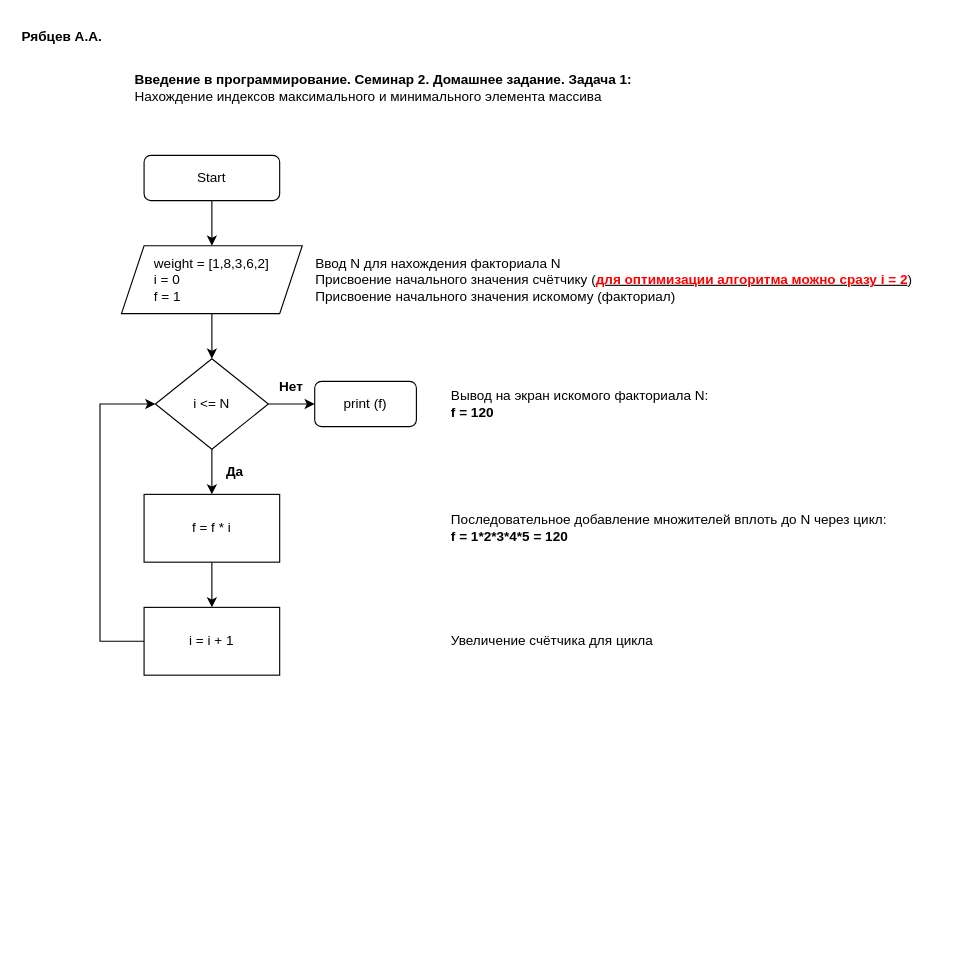
The draw.io diagram 2022.12.09_HW_2-1.drawio in kask1n/Programming_Introguction, before the edit. Source tidied: cells renumbered, new cells numbered last; positions are measured from the earlier drawing's top-left corner, leaving out a move shared by most shapes. Both pictures are drawn from the tidied source at 113%, with x=0, y=0 at pixel (19, 19).
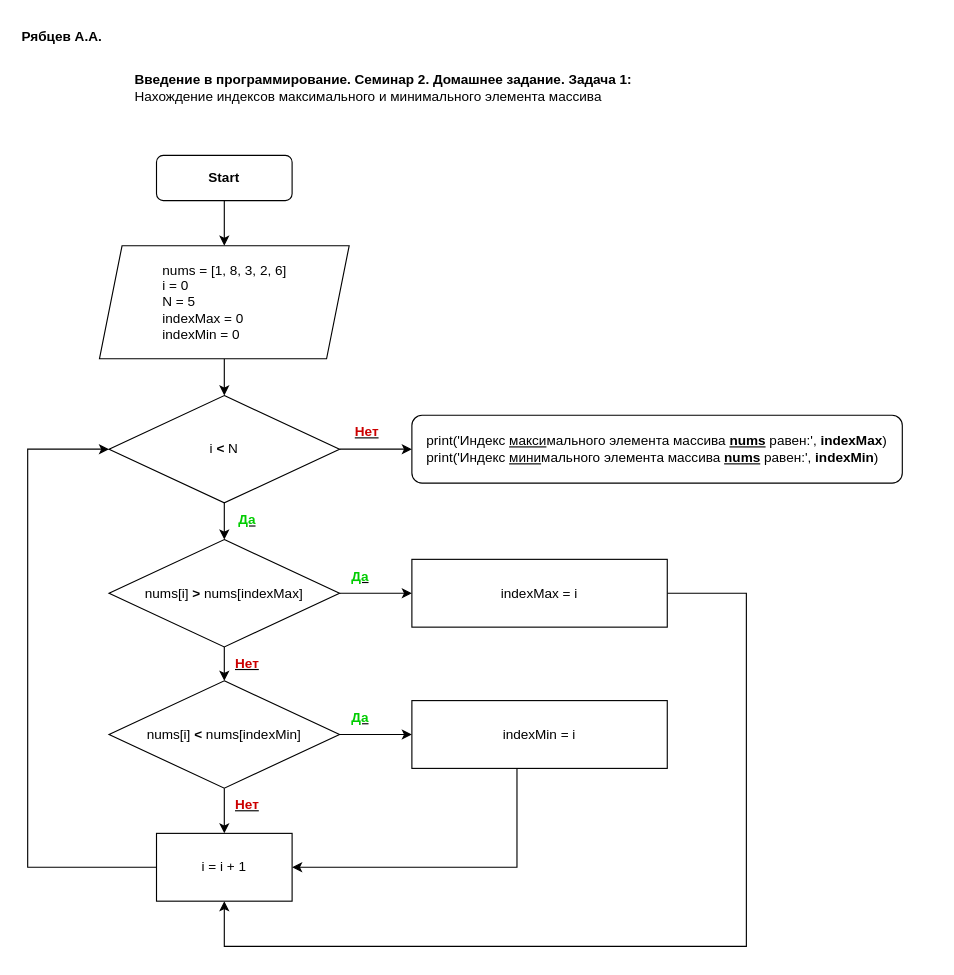
The same diagram, later.

The edit, as a diff of the source:
```diff
@@
-    <mxCell id="2" style="edgeStyle=orthogonalEdgeStyle;rounded=0;jettySize=auto;html=1;" parent="1" edge="1" source="3">
-      <mxGeometry relative="1" as="geometry">
-        <mxPoint x="170" y="200" as="targetPoint" />
-      </mxGeometry>
-    </mxCell>
+    <mxCell id="10" value="&lt;b&gt;Введение в программирование. Семинар 2. Домашнее задание. Задача 1:&lt;br&gt;&lt;/b&gt;&lt;div&gt;&lt;div&gt;Нахождение индексов максимального и минимального элемента&amp;nbsp;&lt;span style=&quot;background-color: initial;&quot;&gt;массива&lt;/span&gt;&lt;/div&gt;&lt;/div&gt;" style="text;html=1;align=left;verticalAlign=middle;strokeColor=none;fillColor=none;" parent="1" vertex="1">
+      <mxGeometry x="100" y="40" width="460" height="40" as="geometry" />
+    </mxCell>
+    <mxCell id="21" value="&lt;b&gt;Рябцев А.А.&lt;/b&gt;" style="text;html=1;align=left;verticalAlign=middle;strokeColor=none;fillColor=none;" parent="1" vertex="1">
+      <mxGeometry width="90" height="30" as="geometry" />
+    </mxCell>
+    <mxCell id="22" style="edgeStyle=orthogonalEdgeStyle;rounded=0;jettySize=auto;html=1;" parent="1" edge="1" source="3" target="25">
+      <mxGeometry relative="1" as="geometry" />
+    </mxCell>
-    <mxCell id="3" value="Start" style="rounded=1;whiteSpace=wrap;html=1;fontSize=12;glass=0;strokeWidth=1;shadow=0;" parent="1" vertex="1">
-      <mxGeometry x="110" y="120" width="120" height="40" as="geometry" />
+    <mxCell id="3" value="&lt;b&gt;Start&lt;/b&gt;" style="rounded=1;whiteSpace=wrap;html=1;fontSize=12;glass=0;strokeWidth=1;shadow=0;" parent="1" vertex="1">
+      <mxGeometry x="121" y="120" width="120" height="40" as="geometry" />
     </mxCell>
-    <mxCell id="4" value="print (f)" style="rounded=1;whiteSpace=wrap;html=1;fontSize=12;glass=0;strokeWidth=1;shadow=0;" parent="1" vertex="1">
-      <mxGeometry x="261" y="320" width="90" height="40" as="geometry" />
-    </mxCell>
-    <mxCell id="5" style="edgeStyle=orthogonalEdgeStyle;rounded=0;jettySize=auto;html=1;" parent="1" edge="1" source="6" target="13">
-      <mxGeometry relative="1" as="geometry" />
-    </mxCell>
-    <mxCell id="6" value="&lt;div style=&quot;text-align: justify;&quot;&gt;&lt;span style=&quot;background-color: initial;&quot;&gt;weight = [1,8,3,6,2]&lt;/span&gt;&lt;/div&gt;&lt;div style=&quot;text-align: justify;&quot;&gt;&lt;span style=&quot;background-color: initial;&quot;&gt;i = 0&lt;/span&gt;&lt;/div&gt;&lt;div style=&quot;text-align: justify;&quot;&gt;&lt;span style=&quot;background-color: initial;&quot;&gt;f = 1&lt;/span&gt;&lt;/div&gt;" style="shape=parallelogram;perimeter=parallelogramPerimeter;whiteSpace=wrap;html=1;fixedSize=1;" parent="1" vertex="1">
-      <mxGeometry x="90" y="200" width="160" height="60" as="geometry" />
-    </mxCell>
-    <mxCell id="7" value="Вывод на экран искомого факториала N:&amp;nbsp;&lt;br&gt;&lt;b&gt;f = 120&lt;/b&gt;" style="text;html=1;align=left;verticalAlign=middle;strokeColor=none;fillColor=none;" parent="1" vertex="1">
-      <mxGeometry x="380" y="320" width="250" height="40" as="geometry" />
-    </mxCell>
-    <mxCell id="8" value="&lt;div style=&quot;&quot;&gt;&lt;span style=&quot;background-color: initial;&quot;&gt;Последовательное добавление множителей вплоть до N через цикл:&amp;nbsp;&lt;/span&gt;&lt;/div&gt;&lt;div style=&quot;&quot;&gt;&lt;span style=&quot;background-color: initial;&quot;&gt;&lt;b&gt;f = 1*2*3*4*5 = 120&lt;/b&gt;&lt;/span&gt;&lt;/div&gt;" style="text;html=1;align=left;verticalAlign=middle;strokeColor=none;fillColor=none;" parent="1" vertex="1">
-      <mxGeometry x="380" y="430" width="410" height="40" as="geometry" />
-    </mxCell>
-    <mxCell id="9" value="Ввод N для нахождения факториала N&lt;br&gt;Присвоение начального значения счётчику (&lt;b&gt;&lt;u&gt;&lt;font color=&quot;#ff0000&quot;&gt;для оптимизации алгоритма можно сразу i = 2&lt;/font&gt;&lt;/u&gt;&lt;/b&gt;)&lt;br&gt;Присвоение начального значения искомому (факториал)" style="text;html=1;align=left;verticalAlign=middle;strokeColor=none;fillColor=none;" parent="1" vertex="1">
-      <mxGeometry x="260" y="200" width="550" height="60" as="geometry" />
-    </mxCell>
-    <mxCell id="10" value="&lt;b&gt;Введение в программирование. Семинар 2. Домашнее задание. Задача 1:&lt;br&gt;&lt;/b&gt;&lt;div&gt;&lt;div&gt;Нахождение индексов максимального и минимального элемента&amp;nbsp;&lt;span style=&quot;background-color: initial;&quot;&gt;массива&lt;/span&gt;&lt;/div&gt;&lt;/div&gt;" style="text;html=1;align=left;verticalAlign=middle;strokeColor=none;fillColor=none;" parent="1" vertex="1">
-      <mxGeometry x="100" y="40" width="460" height="40" as="geometry" />
-    </mxCell>
-    <mxCell id="11" style="edgeStyle=orthogonalEdgeStyle;rounded=0;jettySize=auto;html=1;" parent="1" edge="1" source="13" target="15">
-      <mxGeometry relative="1" as="geometry" />
-    </mxCell>
-    <mxCell id="12" style="edgeStyle=orthogonalEdgeStyle;rounded=0;jettySize=auto;html=1;" parent="1" edge="1" source="13" target="4">
-      <mxGeometry relative="1" as="geometry" />
-    </mxCell>
-    <mxCell id="13" value="i &amp;lt;= N" style="rhombus;whiteSpace=wrap;html=1;" parent="1" vertex="1">
-      <mxGeometry x="120" y="300" width="100" height="80" as="geometry" />
-    </mxCell>
-    <mxCell id="14" style="edgeStyle=orthogonalEdgeStyle;rounded=0;jettySize=auto;html=1;" parent="1" edge="1" source="15" target="19">
-      <mxGeometry relative="1" as="geometry" />
-    </mxCell>
-    <mxCell id="15" value="f = f * i" style="rounded=0;whiteSpace=wrap;html=1;" parent="1" vertex="1">
-      <mxGeometry x="110" y="420" width="120" height="60" as="geometry" />
-    </mxCell>
-    <mxCell id="16" value="&lt;b&gt;Да&lt;/b&gt;" style="text;html=1;align=center;verticalAlign=middle;strokeColor=none;fillColor=none;" parent="1" vertex="1">
-      <mxGeometry x="170" y="385" width="40" height="30" as="geometry" />
-    </mxCell>
-    <mxCell id="17" value="&lt;b&gt;Нет&lt;/b&gt;" style="text;html=1;align=center;verticalAlign=middle;strokeColor=none;fillColor=none;" parent="1" vertex="1">
-      <mxGeometry x="220" y="310" width="40" height="30" as="geometry" />
-    </mxCell>
-    <mxCell id="18" style="edgeStyle=orthogonalEdgeStyle;rounded=0;jettySize=auto;html=1;entryX=0;entryY=0.5;entryDx=0;entryDy=0;" parent="1" edge="1" source="19" target="13">
-      <mxGeometry relative="1" as="geometry">
-        <Array as="points">
-          <mxPoint x="71" y="550" />
-          <mxPoint x="71" y="340" />
-        </Array>
-      </mxGeometry>
-    </mxCell>
+    <mxCell id="23" value="&lt;div style=&quot;text-align: justify;&quot;&gt;&lt;span style=&quot;background-color: initial;&quot;&gt;print('Индекс &lt;u&gt;макси&lt;/u&gt;мального элемента массива &lt;u style=&quot;font-weight: bold;&quot;&gt;nums&lt;/u&gt;&amp;nbsp;равен:',&amp;nbsp;&lt;b&gt;indexMax&lt;/b&gt;)&lt;/span&gt;&lt;/div&gt;&lt;span style=&quot;border-color: var(--border-color);&quot;&gt;&lt;div style=&quot;text-align: justify;&quot;&gt;&lt;span style=&quot;background-color: initial; border-color: var(--border-color);&quot;&gt;print('Индекс &lt;u&gt;мини&lt;/u&gt;мального элемента массива &lt;u style=&quot;font-weight: bold;&quot;&gt;nums&lt;/u&gt;&amp;nbsp;равен:',&amp;nbsp;&lt;b&gt;indexMin&lt;/b&gt;)&lt;/span&gt;&lt;/div&gt;&lt;/span&gt;" style="rounded=1;whiteSpace=wrap;html=1;fontSize=12;glass=0;strokeWidth=1;shadow=0;" parent="1" vertex="1">
+      <mxGeometry x="347" y="350" width="434" height="60" as="geometry" />
+    </mxCell>
+    <mxCell id="24" style="edgeStyle=orthogonalEdgeStyle;rounded=0;jettySize=auto;html=1;" parent="1" edge="1" source="25" target="37">
+      <mxGeometry relative="1" as="geometry" />
+    </mxCell>
+    <mxCell id="25" value="&lt;div style=&quot;text-align: justify;&quot;&gt;&lt;span style=&quot;background-color: initial;&quot;&gt;nums = [1, 8, 3, 2, 6]&lt;/span&gt;&lt;/div&gt;&lt;div style=&quot;text-align: justify;&quot;&gt;&lt;span style=&quot;background-color: initial;&quot;&gt;i = 0&lt;/span&gt;&lt;/div&gt;&lt;div style=&quot;text-align: justify;&quot;&gt;&lt;span style=&quot;background-color: initial;&quot;&gt;N = 5&lt;/span&gt;&lt;/div&gt;&lt;div style=&quot;text-align: justify;&quot;&gt;&lt;span style=&quot;background-color: initial;&quot;&gt;indexMax = 0&lt;/span&gt;&lt;/div&gt;&lt;div style=&quot;text-align: justify;&quot;&gt;&lt;span style=&quot;background-color: initial;&quot;&gt;indexMin = 0&lt;/span&gt;&lt;/div&gt;" style="shape=parallelogram;perimeter=parallelogramPerimeter;whiteSpace=wrap;html=1;fixedSize=1;" parent="1" vertex="1">
+      <mxGeometry x="70.5" y="200" width="221" height="100" as="geometry" />
+    </mxCell>
+    <mxCell id="26" value="&lt;b&gt;&lt;u&gt;&lt;font color=&quot;#00cc00&quot;&gt;Да&lt;/font&gt;&lt;/u&gt;&lt;/b&gt;" style="text;html=1;align=center;verticalAlign=middle;strokeColor=none;fillColor=none;" parent="1" vertex="1">
+      <mxGeometry x="181" y="427.5" width="40" height="30" as="geometry" />
+    </mxCell>
+    <mxCell id="27" value="&lt;b&gt;&lt;u&gt;&lt;font color=&quot;#cc0000&quot;&gt;Нет&lt;/font&gt;&lt;/u&gt;&lt;/b&gt;" style="text;html=1;align=center;verticalAlign=middle;strokeColor=none;fillColor=none;" parent="1" vertex="1">
+      <mxGeometry x="287" y="350" width="40" height="30" as="geometry" />
+    </mxCell>
+    <mxCell id="28" style="edgeStyle=orthogonalEdgeStyle;rounded=0;jettySize=auto;html=1;entryX=0;entryY=0.5;entryDx=0;entryDy=0;exitX=0;exitY=0.5;exitDx=0;exitDy=0;" parent="1" edge="1" source="19" target="37">
+      <mxGeometry relative="1" as="geometry">
+        <Array as="points">
+          <mxPoint x="7" y="750" />
+          <mxPoint x="7" y="380" />
+        </Array>
+      </mxGeometry>
+    </mxCell>
+    <mxCell id="29" value="&lt;b&gt;&lt;u&gt;&lt;font color=&quot;#cc0000&quot;&gt;Нет&lt;/font&gt;&lt;/u&gt;&lt;/b&gt;" style="text;html=1;align=center;verticalAlign=middle;strokeColor=none;fillColor=none;" parent="1" vertex="1">
+      <mxGeometry x="181" y="555" width="40" height="30" as="geometry" />
+    </mxCell>
+    <mxCell id="30" style="edgeStyle=orthogonalEdgeStyle;rounded=0;jettySize=auto;html=1;entryX=0.5;entryY=1;entryDx=0;entryDy=0;exitX=1;exitY=0.5;exitDx=0;exitDy=0;" parent="1" edge="1" source="43" target="19">
+      <mxGeometry relative="1" as="geometry">
+        <Array as="points">
+          <mxPoint x="643" y="508" />
+          <mxPoint x="643" y="820" />
+          <mxPoint x="181" y="820" />
+        </Array>
+      </mxGeometry>
+    </mxCell>
     <mxCell id="19" value="i = i + 1" style="rounded=0;whiteSpace=wrap;html=1;" parent="1" vertex="1">
-      <mxGeometry x="110" y="520" width="120" height="60" as="geometry" />
+      <mxGeometry x="121" y="720" width="120" height="60" as="geometry" />
     </mxCell>
-    <mxCell id="20" value="&lt;div style=&quot;&quot;&gt;Увеличение счётчика для цикла&lt;br&gt;&lt;/div&gt;" style="text;html=1;align=left;verticalAlign=middle;strokeColor=none;fillColor=none;" parent="1" vertex="1">
-      <mxGeometry x="380" y="535" width="200" height="30" as="geometry" />
-    </mxCell>
-    <mxCell id="21" value="&lt;b&gt;Рябцев А.А.&lt;/b&gt;" style="text;html=1;align=left;verticalAlign=middle;strokeColor=none;fillColor=none;" parent="1" vertex="1">
-      <mxGeometry width="90" height="30" as="geometry" />
-    </mxCell>
+    <mxCell id="31" style="edgeStyle=orthogonalEdgeStyle;rounded=0;jettySize=auto;html=1;entryX=1;entryY=0.5;entryDx=0;entryDy=0;exitX=0.5;exitY=1;exitDx=0;exitDy=0;" parent="1" edge="1" source="42" target="19">
+      <mxGeometry relative="1" as="geometry">
+        <Array as="points">
+          <mxPoint x="440" y="750" />
+        </Array>
+      </mxGeometry>
+    </mxCell>
+    <mxCell id="32" style="edgeStyle=orthogonalEdgeStyle;rounded=0;jettySize=auto;html=1;" parent="1" edge="1" source="34" target="40">
+      <mxGeometry relative="1" as="geometry" />
+    </mxCell>
+    <mxCell id="33" style="edgeStyle=orthogonalEdgeStyle;rounded=0;jettySize=auto;html=1;" parent="1" edge="1" source="34" target="43">
+      <mxGeometry relative="1" as="geometry" />
+    </mxCell>
+    <mxCell id="34" value="nums[i] &lt;b&gt;&amp;gt;&lt;/b&gt;&amp;nbsp;nums[indexMax]" style="rhombus;whiteSpace=wrap;html=1;" parent="1" vertex="1">
+      <mxGeometry x="79" y="460" width="204" height="95" as="geometry" />
+    </mxCell>
+    <mxCell id="35" style="edgeStyle=orthogonalEdgeStyle;rounded=0;jettySize=auto;html=1;" parent="1" edge="1" source="37" target="23">
+      <mxGeometry relative="1" as="geometry" />
+    </mxCell>
+    <mxCell id="36" style="edgeStyle=orthogonalEdgeStyle;rounded=0;jettySize=auto;html=1;" parent="1" edge="1" source="37" target="34">
+      <mxGeometry relative="1" as="geometry" />
+    </mxCell>
+    <mxCell id="37" value="i &lt;b&gt;&amp;lt;&lt;/b&gt; N" style="rhombus;whiteSpace=wrap;html=1;" parent="1" vertex="1">
+      <mxGeometry x="79" y="332.5" width="204" height="95" as="geometry" />
+    </mxCell>
+    <mxCell id="38" style="edgeStyle=orthogonalEdgeStyle;rounded=0;jettySize=auto;html=1;" parent="1" edge="1" source="40" target="19">
+      <mxGeometry relative="1" as="geometry" />
+    </mxCell>
+    <mxCell id="39" style="edgeStyle=orthogonalEdgeStyle;rounded=0;jettySize=auto;html=1;" parent="1" edge="1" source="40" target="42">
+      <mxGeometry relative="1" as="geometry" />
+    </mxCell>
+    <mxCell id="40" value="nums[i] &lt;b&gt;&amp;lt;&lt;/b&gt;&amp;nbsp;nums[indexMin]" style="rhombus;whiteSpace=wrap;html=1;" parent="1" vertex="1">
+      <mxGeometry x="79" y="585" width="204" height="95" as="geometry" />
+    </mxCell>
+    <mxCell id="41" value="&lt;b&gt;&lt;u&gt;&lt;font color=&quot;#cc0000&quot;&gt;Нет&lt;/font&gt;&lt;/u&gt;&lt;/b&gt;" style="text;html=1;align=center;verticalAlign=middle;strokeColor=none;fillColor=none;" parent="1" vertex="1">
+      <mxGeometry x="181" y="680" width="40" height="30" as="geometry" />
+    </mxCell>
+    <mxCell id="42" value="&lt;span style=&quot;text-align: justify;&quot;&gt;indexMin = i&lt;/span&gt;" style="rounded=0;whiteSpace=wrap;html=1;" parent="1" vertex="1">
+      <mxGeometry x="347" y="602.5" width="226" height="60" as="geometry" />
+    </mxCell>
+    <mxCell id="43" value="&lt;div style=&quot;text-align: justify;&quot;&gt;indexMax = i&lt;/div&gt;" style="rounded=0;whiteSpace=wrap;html=1;" parent="1" vertex="1">
+      <mxGeometry x="347" y="477.5" width="226" height="60" as="geometry" />
+    </mxCell>
+    <mxCell id="44" value="&lt;b&gt;&lt;u&gt;&lt;font color=&quot;#00cc00&quot;&gt;Да&lt;/font&gt;&lt;/u&gt;&lt;/b&gt;" style="text;html=1;align=center;verticalAlign=middle;strokeColor=none;fillColor=none;" parent="1" vertex="1">
+      <mxGeometry x="281" y="477.5" width="40" height="30" as="geometry" />
+    </mxCell>
+    <mxCell id="45" value="&lt;b&gt;&lt;u&gt;&lt;font color=&quot;#00cc00&quot;&gt;Да&lt;/font&gt;&lt;/u&gt;&lt;/b&gt;" style="text;html=1;align=center;verticalAlign=middle;strokeColor=none;fillColor=none;" parent="1" vertex="1">
+      <mxGeometry x="281" y="602.5" width="40" height="30" as="geometry" />
+    </mxCell>
```
